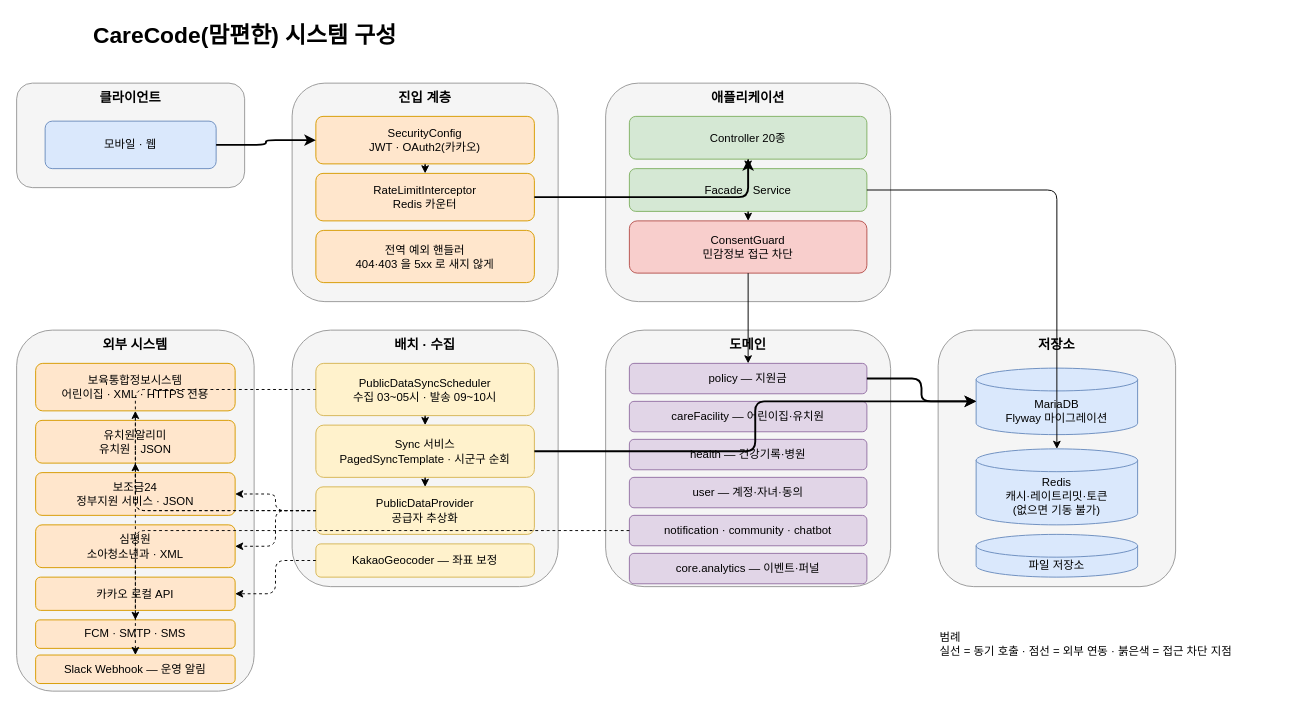
Before: page "시스템 구성" (1 of 2) of docs/architecture/carecode-architecture.drawio in CareCode-Repo/CareCode_Interface, a draw.io diagram. Source tidied: cells renumbered, new cells numbered last; positions are measured from the earlier drawing's top-left corner, leaving out a move shared by most shapes. Both pictures are drawn from the tidied source at 95%, with x=0, y=0 at pixel (16, 16).
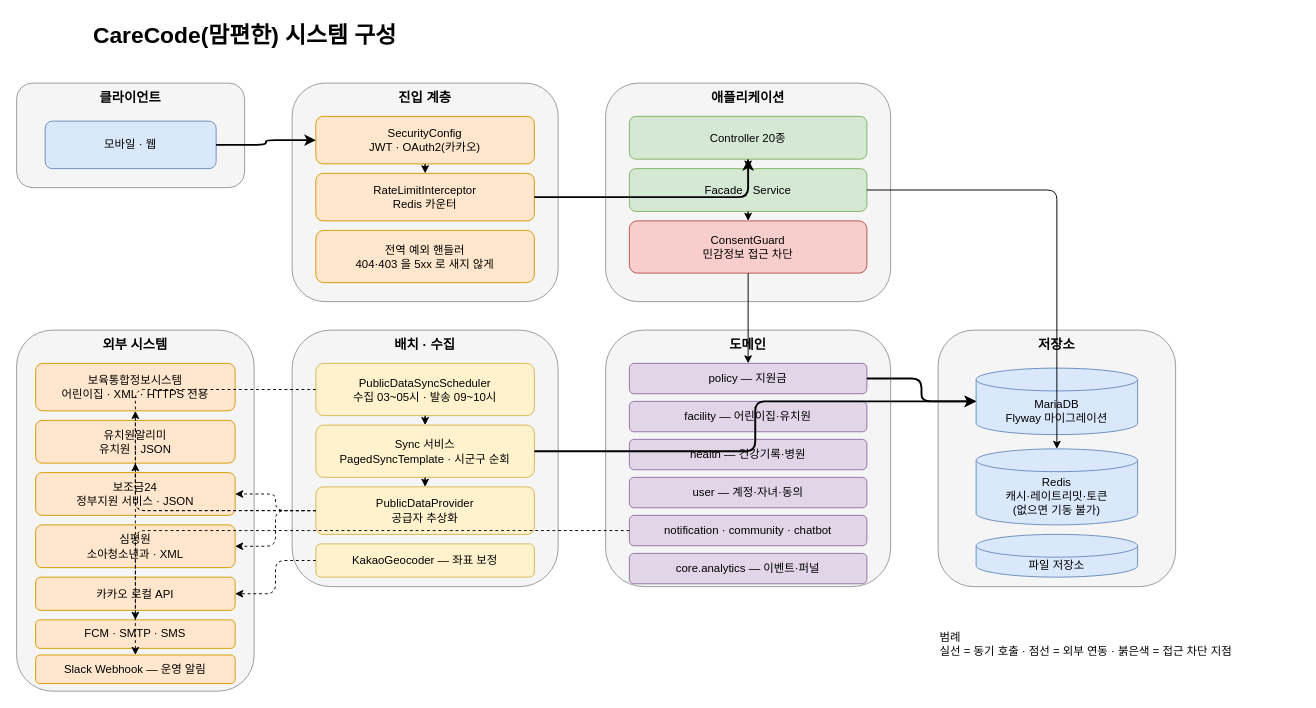
The same page after the edit.

Change to the diagram source:
```diff
@@
-    <mxCell id="15" value="careFacility — 어린이집·유치원" style="rounded=1;whiteSpace=wrap;html=1;fillColor=#e1d5e7;strokeColor=#9673a6;" parent="1" vertex="1">
+    <mxCell id="15" value="facility — 어린이집·유치원" style="rounded=1;whiteSpace=wrap;html=1;fillColor=#e1d5e7;strokeColor=#9673a6;" parent="1" vertex="1">
       <mxGeometry x="645" y="405" width="250" height="32" as="geometry" />
     </mxCell>
```
